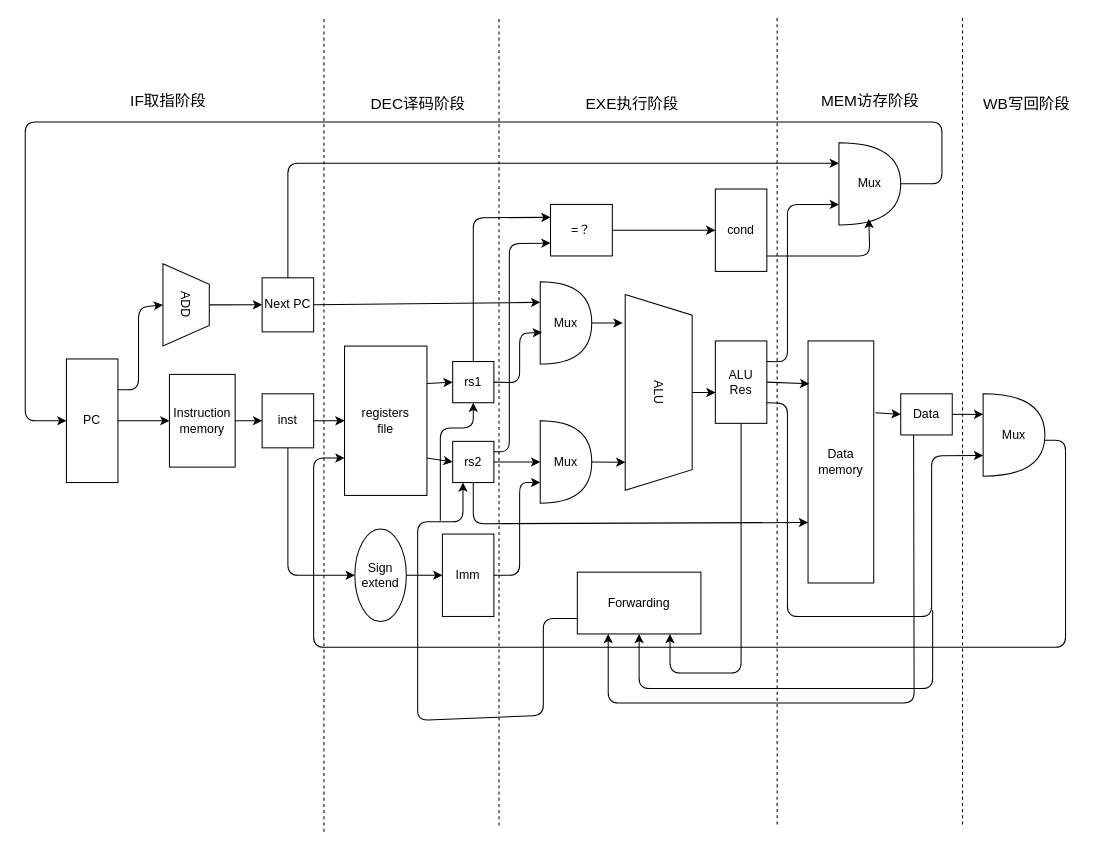
Ziyue-Zhang/thesis-picture keeps this draw.io diagram as processor2.drawio. Above is the earlier version. Source tidied: cells renumbered, new cells numbered last; positions are measured from the earlier drawing's top-left corner, leaving out a move shared by most shapes. Both pictures are drawn from the tidied source at 103%, with x=0, y=0 at pixel (25, 18).
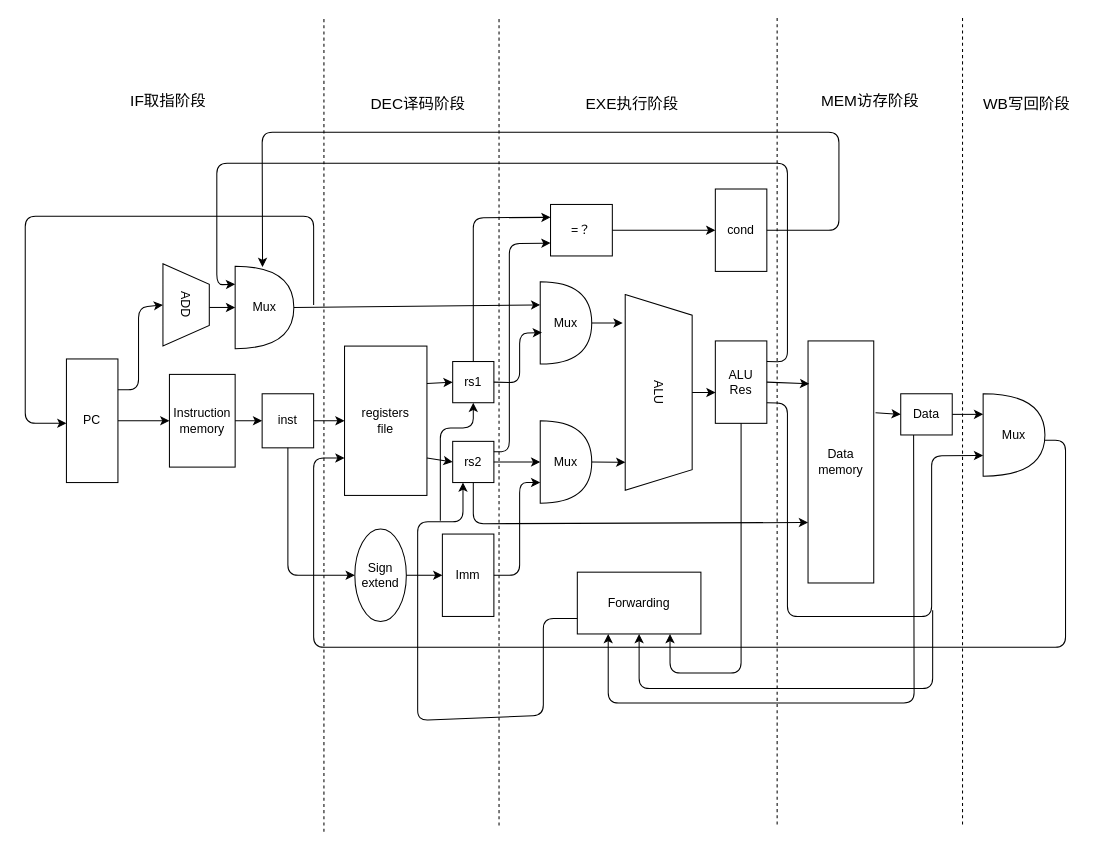
The same page after the edit.

Unchanged cells that the change refers to:
```xml
<mxCell id="3" value="PC" style="rounded=0;whiteSpace=wrap;html=1;" parent="1" vertex="1">
  <mxGeometry x="40" y="331" width="50" height="120" as="geometry" />
</mxCell>
<mxCell id="4" value="ADD" style="shape=trapezoid;perimeter=trapezoidPerimeter;whiteSpace=wrap;html=1;fixedSize=1;rotation=90;" parent="1" vertex="1">
  <mxGeometry x="116.2" y="256" width="80" height="45" as="geometry" />
</mxCell>
<mxCell id="12" value="Mux" style="shape=or;whiteSpace=wrap;html=1;" parent="1" vertex="1">
  <mxGeometry x="500" y="256" width="50" height="80" as="geometry" />
</mxCell>
<mxCell id="18" value="ALU&lt;br&gt;Res" style="rounded=0;whiteSpace=wrap;html=1;" parent="1" vertex="1">
  <mxGeometry x="670" y="313.5" width="50" height="80" as="geometry" />
</mxCell>
```

What changed in the source:
```diff
@@
-    <mxCell id="6" value="Next PC" style="rounded=0;whiteSpace=wrap;html=1;" parent="1" vertex="1">
-      <mxGeometry x="230" y="252.2" width="50" height="52.5" as="geometry" />
-    </mxCell>
@@
-    <mxCell id="15" value="Mux" style="shape=or;whiteSpace=wrap;html=1;" parent="1" vertex="1">
-      <mxGeometry x="790" y="121" width="60" height="80" as="geometry" />
-    </mxCell>
@@
-    <mxCell id="27" style="endArrow=classic;html=1;exitX=0.5;exitY=0;exitDx=0;exitDy=0;entryX=0;entryY=0.5;entryDx=0;entryDy=0;" parent="1" edge="1" source="4" target="6">
-      <mxGeometry relative="1" as="geometry" />
-    </mxCell>
@@
-    <mxCell id="35" style="endArrow=classic;html=1;exitX=1;exitY=0.5;exitDx=0;exitDy=0;entryX=0;entryY=0.25;entryDx=0;entryDy=0;entryPerimeter=0;" parent="1" edge="1" source="6" target="12">
-      <mxGeometry relative="1" as="geometry" />
-    </mxCell>
@@
-    <mxCell id="43" style="endArrow=classic;html=1;exitX=0.5;exitY=0;exitDx=0;exitDy=0;entryX=0;entryY=0.25;entryDx=0;entryDy=0;entryPerimeter=0;" parent="1" edge="1" source="6" target="15">
-      <mxGeometry relative="1" as="geometry">
-        <Array as="points">
-          <mxPoint x="255" y="141" />
-        </Array>
-      </mxGeometry>
-    </mxCell>
-    <mxCell id="44" style="endArrow=classic;html=1;" parent="1" edge="1">
-      <mxGeometry relative="1" as="geometry">
-        <mxPoint x="720" y="231" as="sourcePoint" />
-        <mxPoint x="819" y="195" as="targetPoint" />
-        <Array as="points">
-          <mxPoint x="820" y="231" />
-        </Array>
-      </mxGeometry>
-    </mxCell>
-    <mxCell id="45" style="endArrow=classic;html=1;exitX=1;exitY=0.25;exitDx=0;exitDy=0;" parent="1" edge="1" source="18">
-      <mxGeometry relative="1" as="geometry">
-        <mxPoint x="790" y="181" as="targetPoint" />
-        <Array as="points">
-          <mxPoint x="740" y="334" />
-          <mxPoint x="740" y="181" />
-        </Array>
-      </mxGeometry>
-    </mxCell>
@@
-    <mxCell id="50" style="endArrow=classic;html=1;exitX=1;exitY=0.5;exitDx=0;exitDy=0;exitPerimeter=0;entryX=0;entryY=0.5;entryDx=0;entryDy=0;" parent="1" edge="1" source="15" target="3">
-      <mxGeometry relative="1" as="geometry">
-        <Array as="points">
-          <mxPoint x="890" y="161" />
-          <mxPoint x="890" y="101" />
-          <mxPoint y="101" />
-          <mxPoint y="391" />
-        </Array>
-      </mxGeometry>
-    </mxCell>
@@
+    <mxCell id="15" value="Mux" style="shape=or;whiteSpace=wrap;html=1;" parent="1" vertex="1">
+      <mxGeometry x="203.8" y="241" width="57" height="80" as="geometry" />
+    </mxCell>
+    <mxCell id="66" style="endArrow=classic;html=1;exitX=0.5;exitY=0;exitDx=0;exitDy=0;entryX=0;entryY=0.5;entryDx=0;entryDy=0;entryPerimeter=0;" parent="1" edge="1" target="15">
+      <mxGeometry relative="1" as="geometry">
+        <mxPoint x="178.8" y="281" as="sourcePoint" />
+      </mxGeometry>
+    </mxCell>
+    <mxCell id="67" style="endArrow=classic;html=1;exitX=1;exitY=0.5;exitDx=0;exitDy=0;entryX=0;entryY=0.25;entryDx=0;entryDy=0;entryPerimeter=0;exitPerimeter=0;" parent="1" edge="1" source="15">
+      <mxGeometry relative="1" as="geometry">
+        <mxPoint x="500" y="278.5" as="targetPoint" />
+      </mxGeometry>
+    </mxCell>
+    <mxCell id="68" style="endArrow=classic;html=1;entryX=0;entryY=0.5;entryDx=0;entryDy=0;" parent="1" edge="1">
+      <mxGeometry relative="1" as="geometry">
+        <mxPoint x="280" y="278.5" as="sourcePoint" />
+        <mxPoint x="40" y="393.5" as="targetPoint" />
+        <Array as="points">
+          <mxPoint x="280" y="192.5" />
+          <mxPoint y="192.5" />
+          <mxPoint y="393.5" />
+        </Array>
+      </mxGeometry>
+    </mxCell>
+    <mxCell id="69" style="endArrow=classic;html=1;exitX=1;exitY=0.5;exitDx=0;exitDy=0;entryX=0.468;entryY=0.041;entryDx=0;entryDy=0;entryPerimeter=0;" parent="1" edge="1">
+      <mxGeometry relative="1" as="geometry">
+        <mxPoint x="720" y="206" as="sourcePoint" />
+        <mxPoint x="230.4" y="241.8" as="targetPoint" />
+        <Array as="points">
+          <mxPoint x="790" y="206" />
+          <mxPoint x="790" y="111" />
+          <mxPoint x="230" y="111" />
+        </Array>
+      </mxGeometry>
+    </mxCell>
+    <mxCell id="70" style="endArrow=classic;html=1;exitX=1;exitY=0.25;exitDx=0;exitDy=0;entryX=0;entryY=0.25;entryDx=0;entryDy=0;entryPerimeter=0;" parent="1" edge="1">
+      <mxGeometry relative="1" as="geometry">
+        <mxPoint x="720" y="333.5" as="sourcePoint" />
+        <mxPoint x="203.8" y="258.5" as="targetPoint" />
+        <Array as="points">
+          <mxPoint x="740" y="334" />
+          <mxPoint x="740" y="141" />
+          <mxPoint x="186" y="141" />
+          <mxPoint x="186" y="259" />
+        </Array>
+      </mxGeometry>
+    </mxCell>
```
